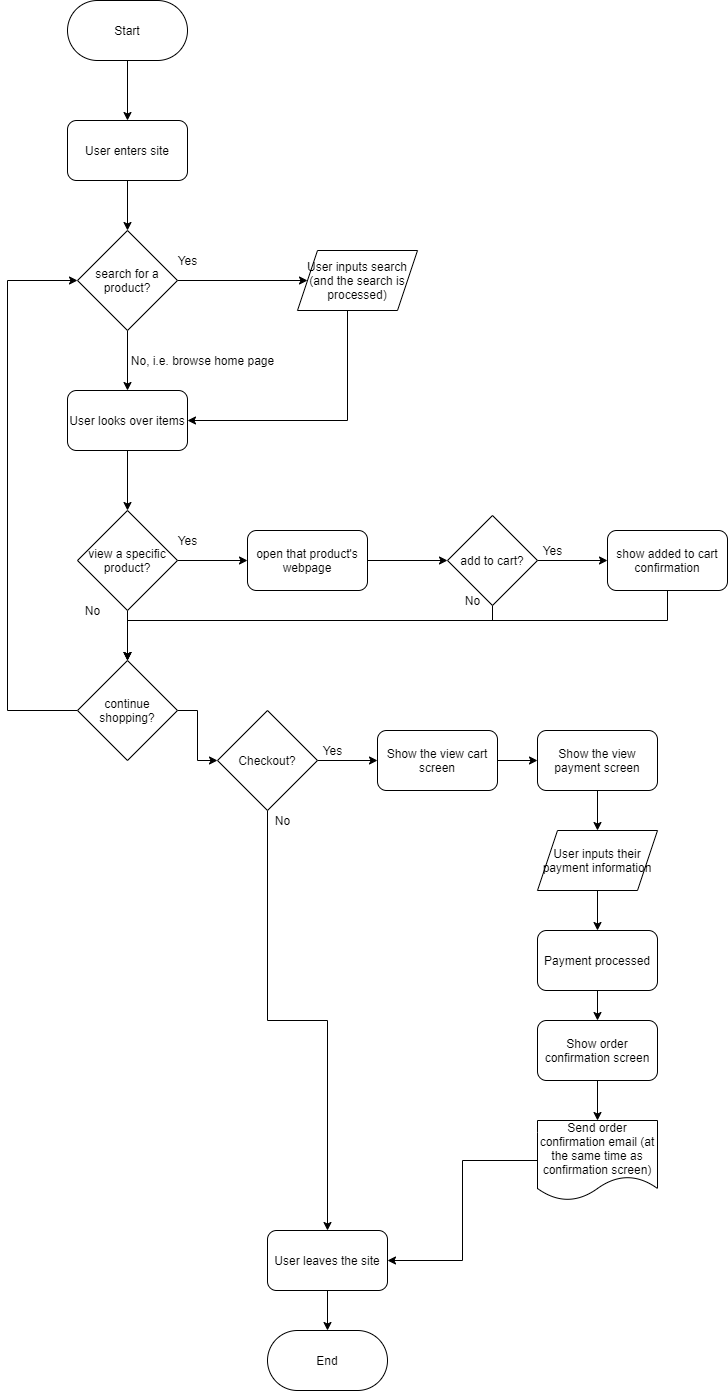
The draw.io diagram explore/diagramming/diagram.drawio.png in ArturoAmaya/fa21-cse110-lab4, before a commit. Source tidied: cells renumbered, new cells last; positions are measured from the earlier drawing's top-left corner, leaving out a move shared by most shapes.
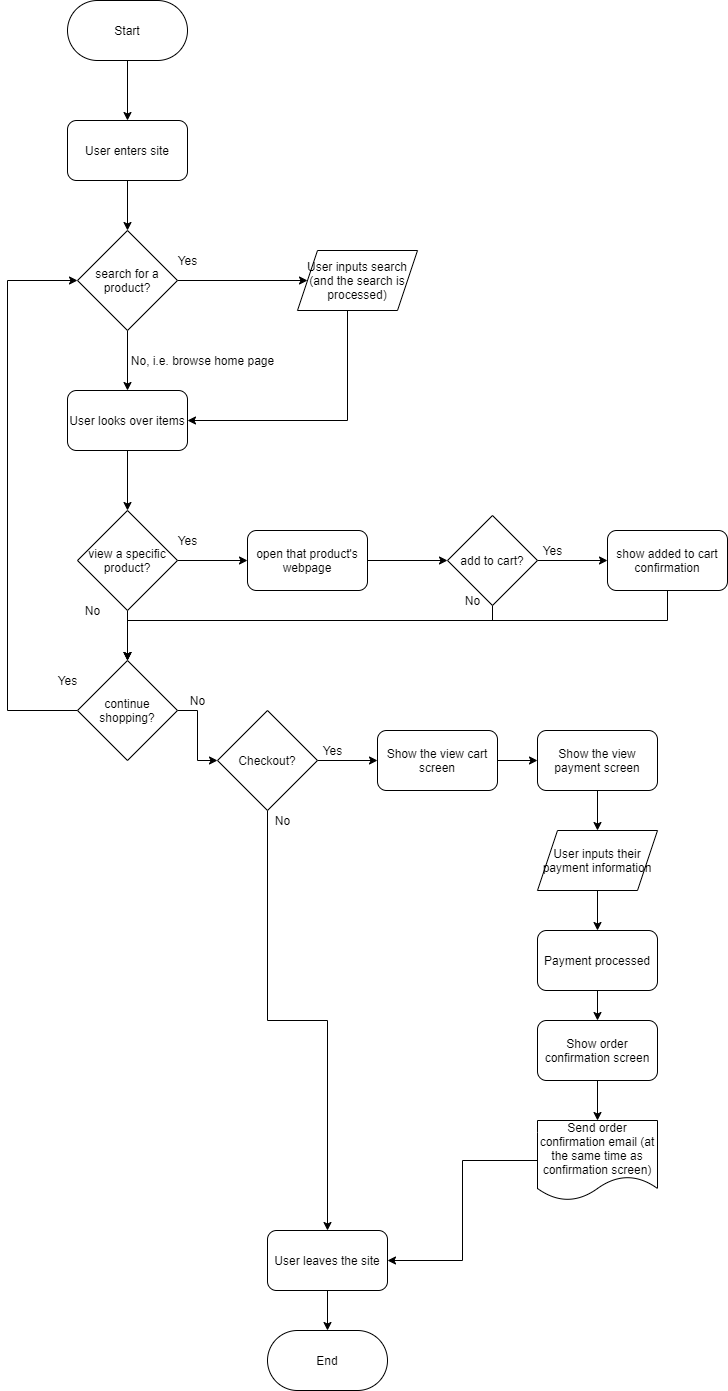
The same file after the commit.

Commit message:
last edit hopefully but draw.io is weirdgit add --all

The edit, as a diff of the source:
```diff
@@ -171,5 +171,11 @@
     <mxCell id="51" value="&lt;span&gt;User inputs search&lt;/span&gt;&lt;br&gt;&lt;span&gt;(and the search is processed)&lt;/span&gt;" style="shape=parallelogram;perimeter=parallelogramPerimeter;whiteSpace=wrap;html=1;fixedSize=1;" parent="1" vertex="1">
       <mxGeometry x="290" y="250" width="120" height="60" as="geometry" />
     </mxCell>
+    <mxCell id="52" value="Yes" style="text;html=1;align=center;verticalAlign=middle;strokeColor=none;" parent="1" vertex="1">
+      <mxGeometry x="45" y="670" width="30" height="20" as="geometry" />
+    </mxCell>
+    <mxCell id="53" value="No" style="text;html=1;align=center;verticalAlign=middle;strokeColor=none;" parent="1" vertex="1">
+      <mxGeometry x="175" y="690" width="30" height="20" as="geometry" />
+    </mxCell>
   </root>
 </mxGraphModel>
```
